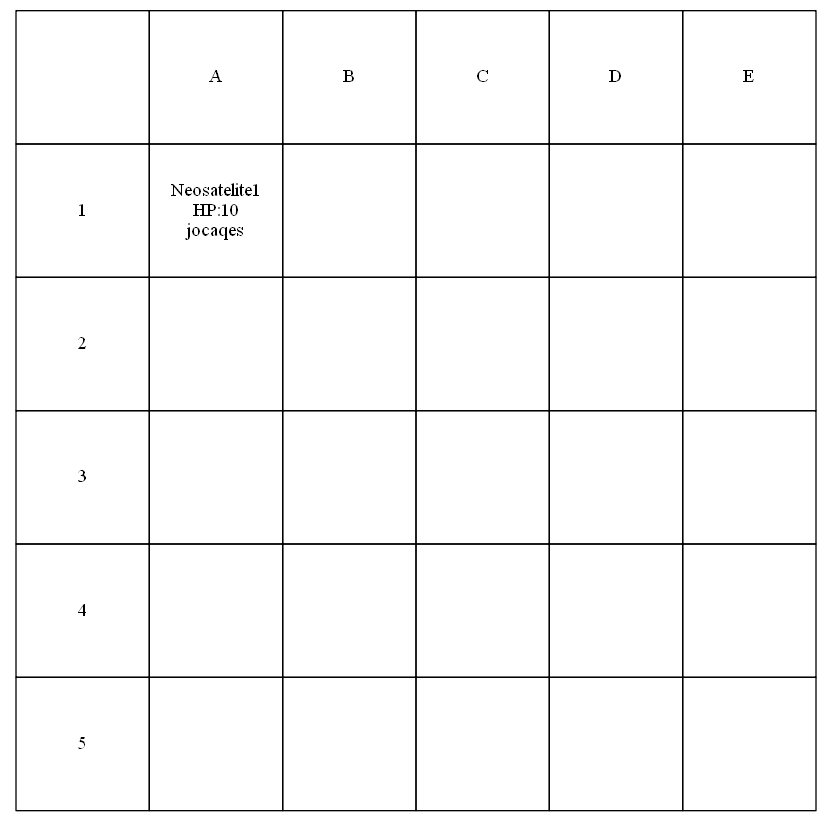
This is Proyecto_fase2/WSnaval_wars/ClienteAdmin/Imagenes/tablero_satelite.png from jocaqes/EDD_201212921, a Graphviz export, as it was before one commit. Its source is kept beside it as Proyecto_fase2/WSnaval_wars/WSnaval_wars/Dots/tablero_satelite.dot.
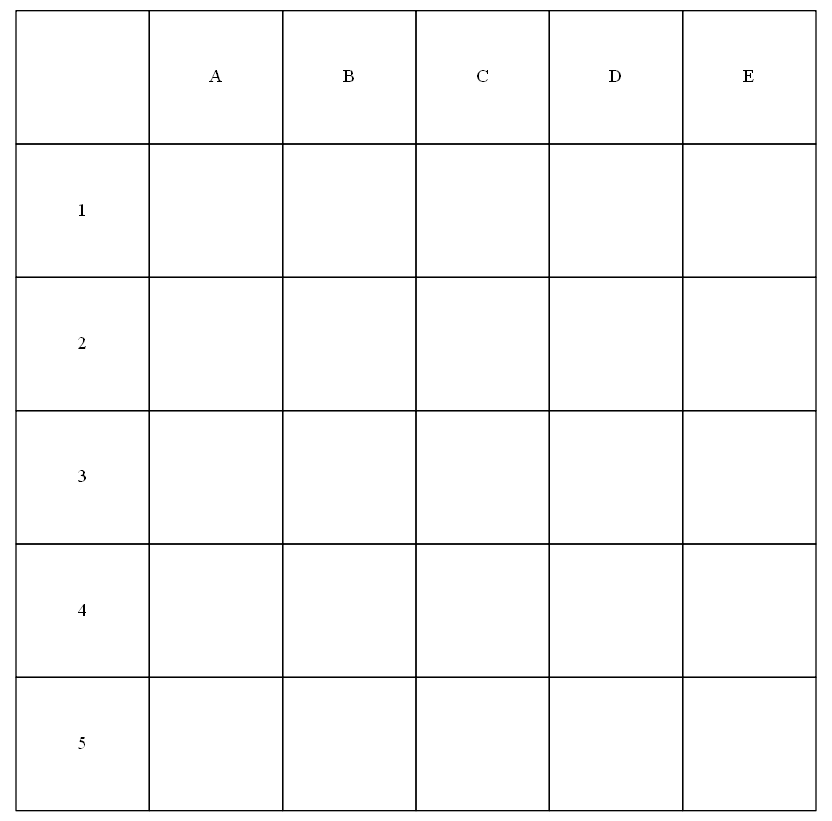
Later version of the same file.

The edit, as a diff of the source:
```diff
@@ -10,7 +10,7 @@
 </TR>
 <TR>
 <TD width="100" height="100" fixedsize="true">1</TD>
-<TD width="100" height="100" fixedsize="true">Neosatelite1<br/>HP:10<br/>jocaqes</TD>
+<TD width="100" height="100" fixedsize="true"></TD>
 <TD width="100" height="100" fixedsize="true"></TD>
 <TD width="100" height="100" fixedsize="true"></TD>
 <TD width="100" height="100" fixedsize="true"></TD>
```
